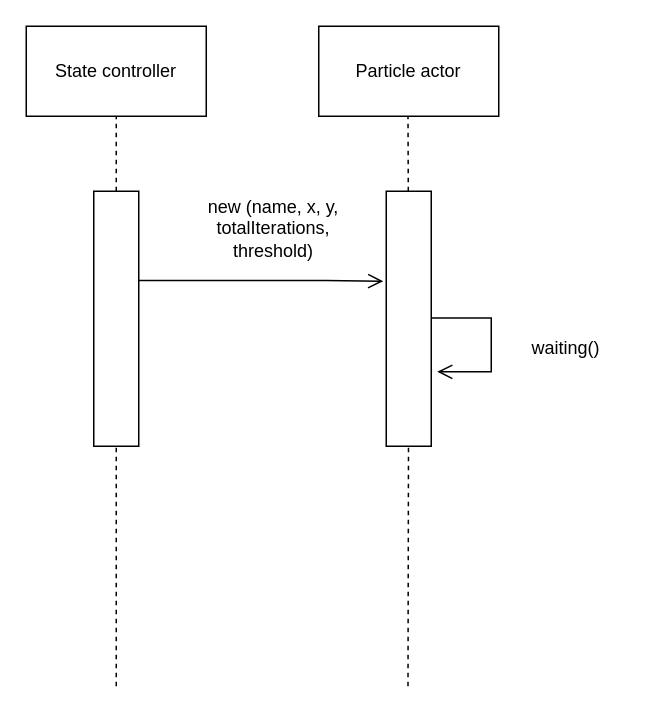
Before: spawningParticlesInteractionSeq.drawio in vanelopethecoder/som-basic, a draw.io diagram. Source tidied: cells renumbered, new cells numbered last; positions are measured from the earlier drawing's top-left corner, leaving out a move shared by most shapes. Both pictures are drawn from the tidied source at 150%, with x=0, y=0 at pixel (26, 26).
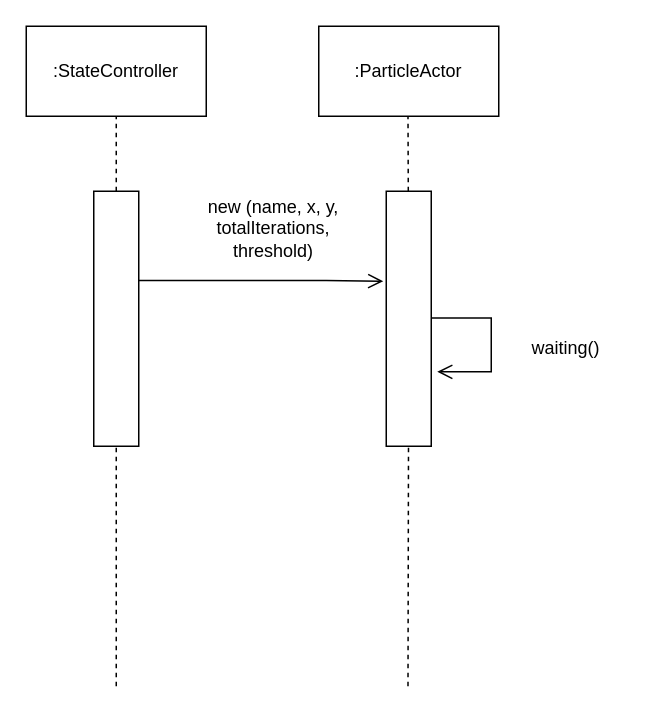
After the change.

Diff of the diagram source:
```diff
@@
-    <mxCell id="2" value="State controller" style="rounded=0;whiteSpace=wrap;html=1;" parent="1" vertex="1">
+    <mxCell id="2" value=":StateController" style="rounded=0;whiteSpace=wrap;html=1;" parent="1" vertex="1">
       <mxGeometry width="120" height="60" as="geometry" />
     </mxCell>
-    <mxCell id="3" value="Particle actor" style="rounded=0;whiteSpace=wrap;html=1;" parent="1" vertex="1">
+    <mxCell id="3" value=":ParticleActor" style="rounded=0;whiteSpace=wrap;html=1;" parent="1" vertex="1">
       <mxGeometry x="195" width="120" height="60" as="geometry" />
     </mxCell>
```
